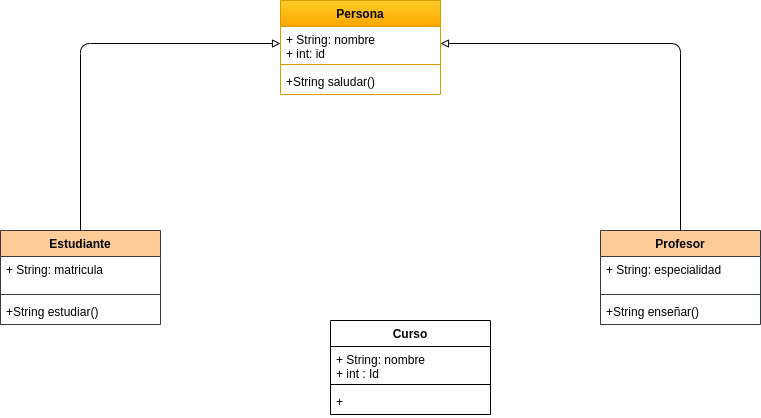
Above: images/diagrama-clases-academia.drawio.png in nexphernandez/gestion-academica (draw.io), before the change. Source tidied: cells renumbered, new cells last; positions are measured from the earlier drawing's top-left corner, leaving out a move shared by most shapes.
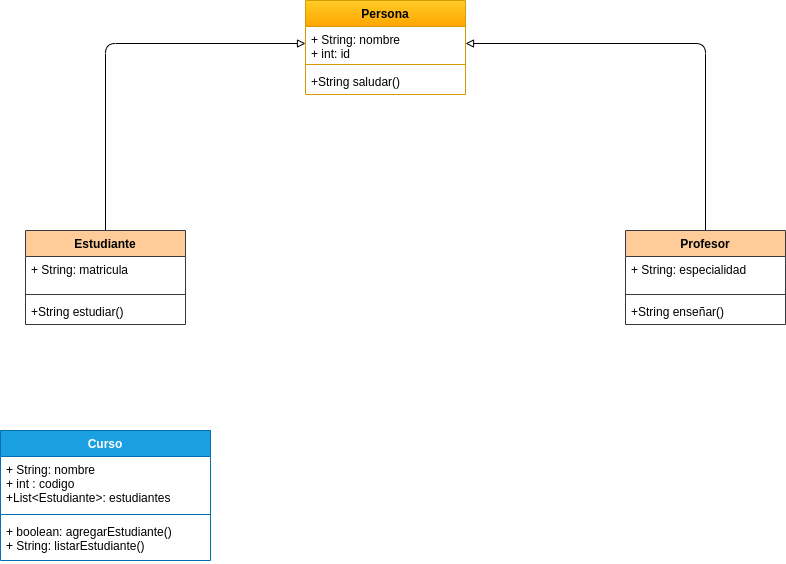
After the commit.

What changed in the source:
```diff
@@ -44,17 +44,17 @@
     <mxCell id="15" value="+String enseñar()" style="text;strokeColor=none;fillColor=none;align=left;verticalAlign=top;spacingLeft=4;spacingRight=4;overflow=hidden;" parent="12" vertex="1">
       <mxGeometry y="68" width="160" height="26" as="geometry" />
     </mxCell>
-    <mxCell id="16" value="Curso" style="swimlane;fontStyle=1;align=center;verticalAlign=top;horizontal=1;startSize=26;" parent="1" vertex="1">
-      <mxGeometry x="330" y="320" width="160" height="94" as="geometry" />
+    <mxCell id="16" value="Curso" style="swimlane;fontStyle=1;align=center;verticalAlign=top;horizontal=1;startSize=26;fillColor=#1ba1e2;fontColor=#ffffff;strokeColor=#006EAF;" parent="1" vertex="1">
+      <mxGeometry x="-25" y="430" width="210" height="130" as="geometry" />
     </mxCell>
-    <mxCell id="17" value="+ String: nombre&#10;+ int : Id" style="text;strokeColor=none;fillColor=none;align=left;verticalAlign=top;spacingLeft=4;spacingRight=4;overflow=hidden;" parent="16" vertex="1">
-      <mxGeometry y="26" width="160" height="34" as="geometry" />
+    <mxCell id="17" value="+ String: nombre&#10;+ int : codigo&#10;+List&lt;Estudiante&gt;: estudiantes" style="text;strokeColor=none;fillColor=none;align=left;verticalAlign=top;spacingLeft=4;spacingRight=4;overflow=hidden;" parent="16" vertex="1">
+      <mxGeometry y="26" width="210" height="54" as="geometry" />
     </mxCell>
     <mxCell id="18" style="line;strokeWidth=1;fillColor=none;align=left;verticalAlign=middle;spacingTop=-1;spacingLeft=3;spacingRight=3;labelPosition=right;strokeColor=inherit;" parent="16" vertex="1">
-      <mxGeometry y="60" width="160" height="8" as="geometry" />
+      <mxGeometry y="80" width="210" height="8" as="geometry" />
     </mxCell>
-    <mxCell id="19" value="+ " style="text;strokeColor=none;fillColor=none;align=left;verticalAlign=top;spacingLeft=4;spacingRight=4;overflow=hidden;" parent="16" vertex="1">
-      <mxGeometry y="68" width="160" height="26" as="geometry" />
+    <mxCell id="19" value="+ boolean: agregarEstudiante()&#10;+ String: listarEstudiante()" style="text;strokeColor=none;fillColor=none;align=left;verticalAlign=top;spacingLeft=4;spacingRight=4;overflow=hidden;" parent="16" vertex="1">
+      <mxGeometry y="88" width="210" height="42" as="geometry" />
     </mxCell>
   </root>
 </mxGraphModel>
```
